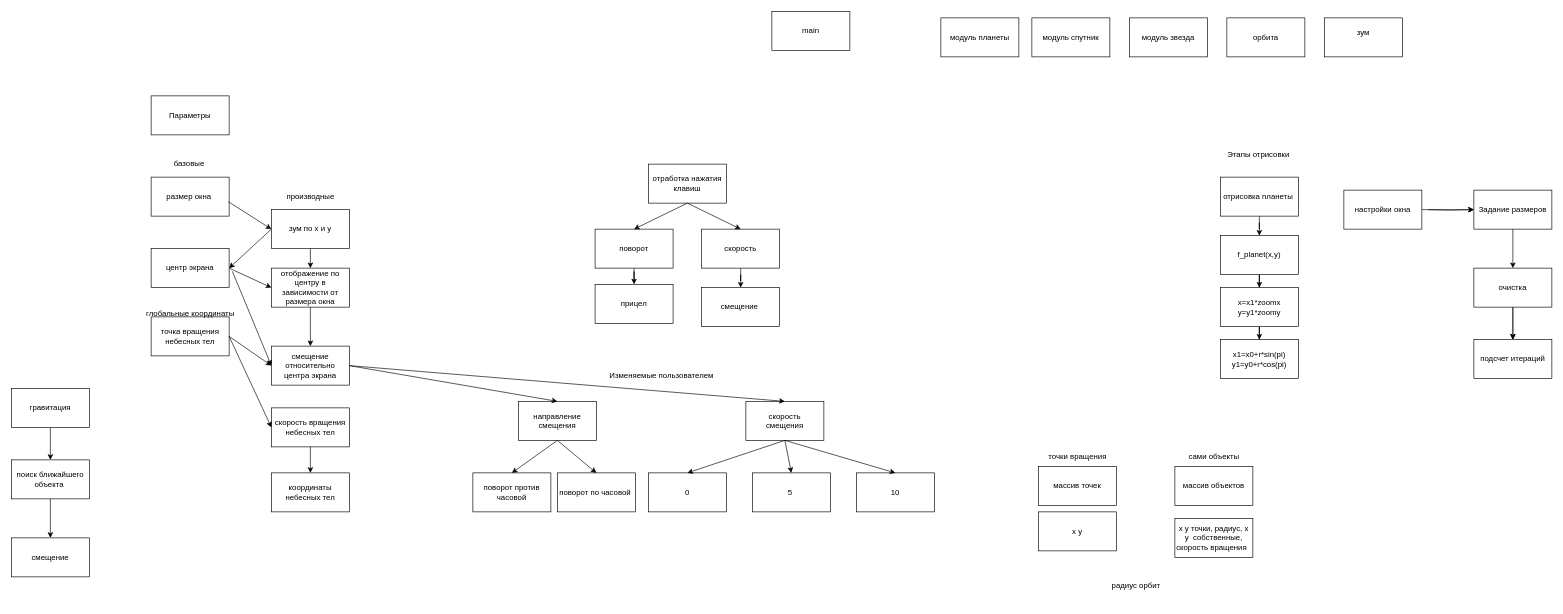
Janusz-Alexey/Draw_io keeps this draw.io diagram as pas_new.drawio. Above is the earlier version. Source tidied: cells renumbered, new cells numbered last; positions are measured from the earlier drawing's top-left corner, leaving out a move shared by most shapes. Both pictures are drawn from the tidied source at 65%, with x=0, y=0 at pixel (11, 11).
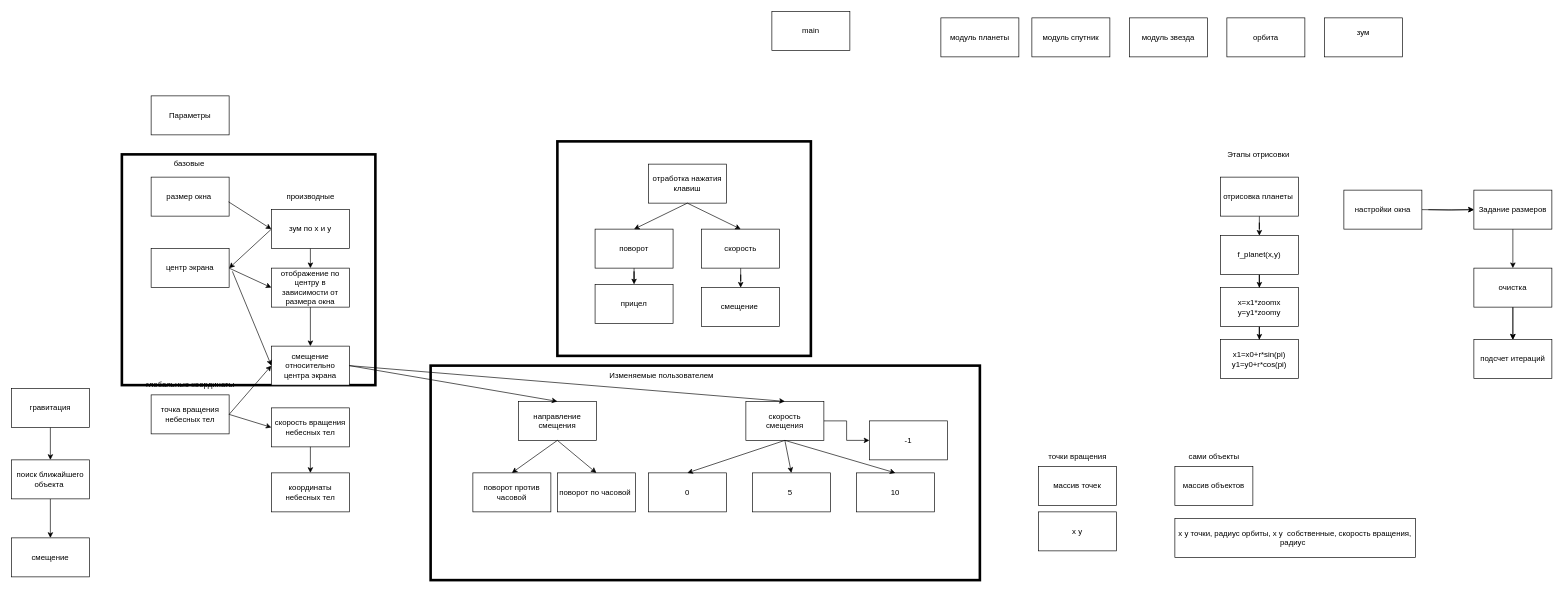
After the change.

Unchanged cells that the change refers to:
```xml
<mxCell id="31" value="скорость&lt;div&gt;смещения&lt;/div&gt;" style="whiteSpace=wrap;html=1;" parent="1" vertex="1">
  <mxGeometry x="1130" y="600" width="120" height="60" as="geometry" />
</mxCell>
```

Diff of the diagram source:
```diff
@@
+    <mxCell id="82" style="rounded=0;whiteSpace=wrap;html=1;strokeColor=light-dark(#000000,#00FF4C);strokeWidth=4;" parent="1" vertex="1">
+      <mxGeometry x="170" y="220" width="390" height="355" as="geometry" />
+    </mxCell>
+    <mxCell id="83" style="rounded=0;whiteSpace=wrap;html=1;strokeColor=light-dark(#000000,#00FF4C);strokeWidth=4;" parent="1" vertex="1">
+      <mxGeometry x="645" y="545" width="845" height="330" as="geometry" />
+    </mxCell>
+    <mxCell id="84" style="rounded=0;whiteSpace=wrap;html=1;strokeColor=light-dark(#000000,#00FF4C);strokeWidth=4;" parent="1" vertex="1">
+      <mxGeometry x="840" y="200" width="390" height="330" as="geometry" />
+    </mxCell>
@@
+    <mxCell id="85" style="edgeStyle=orthogonalEdgeStyle;rounded=0;jettySize=auto;html=1;" parent="1" edge="1" source="31" target="86">
+      <mxGeometry relative="1" as="geometry" />
+    </mxCell>
@@
     <mxCell id="33" value="точка вращения небесных тел" style="whiteSpace=wrap;html=1;" parent="1" vertex="1">
-      <mxGeometry x="215" y="470" width="120" height="60" as="geometry" />
+      <mxGeometry x="215" y="590" width="120" height="60" as="geometry" />
     </mxCell>
@@
     <mxCell id="60" value="глобальные координаты" style="text;html=1;align=center;verticalAlign=middle;strokeColor=none;fillColor=none;" parent="1" vertex="1">
-      <mxGeometry x="195" y="450" width="160" height="30" as="geometry" />
+      <mxGeometry x="195" y="560" width="160" height="30" as="geometry" />
     </mxCell>
@@
-    <mxCell id="78" value="x y точки, радиус, x y&amp;nbsp; собственные, скорость вращения&amp;nbsp;&amp;nbsp;" style="whiteSpace=wrap;html=1;" parent="1" vertex="1">
-      <mxGeometry x="1790" y="780" width="120" height="60" as="geometry" />
+    <mxCell id="78" value="x y точки, радиус орбиты, x y&amp;nbsp; собственные, скорость вращения, радиус&amp;nbsp;&amp;nbsp;" style="whiteSpace=wrap;html=1;" parent="1" vertex="1">
+      <mxGeometry x="1790" y="780" width="370" height="60" as="geometry" />
     </mxCell>
@@
-    <mxCell id="81" value="радиус орбит&lt;div&gt;&lt;br&gt;&lt;/div&gt;" style="text;html=1;align=center;verticalAlign=middle;strokeColor=none;fillColor=none;" parent="1" vertex="1">
-      <mxGeometry x="1680" y="870" width="100" height="40" as="geometry" />
-    </mxCell>
+    <mxCell id="86" value="-1" style="whiteSpace=wrap;html=1;" parent="1" vertex="1">
+      <mxGeometry x="1320" y="630" width="120" height="60" as="geometry" />
+    </mxCell>
```
